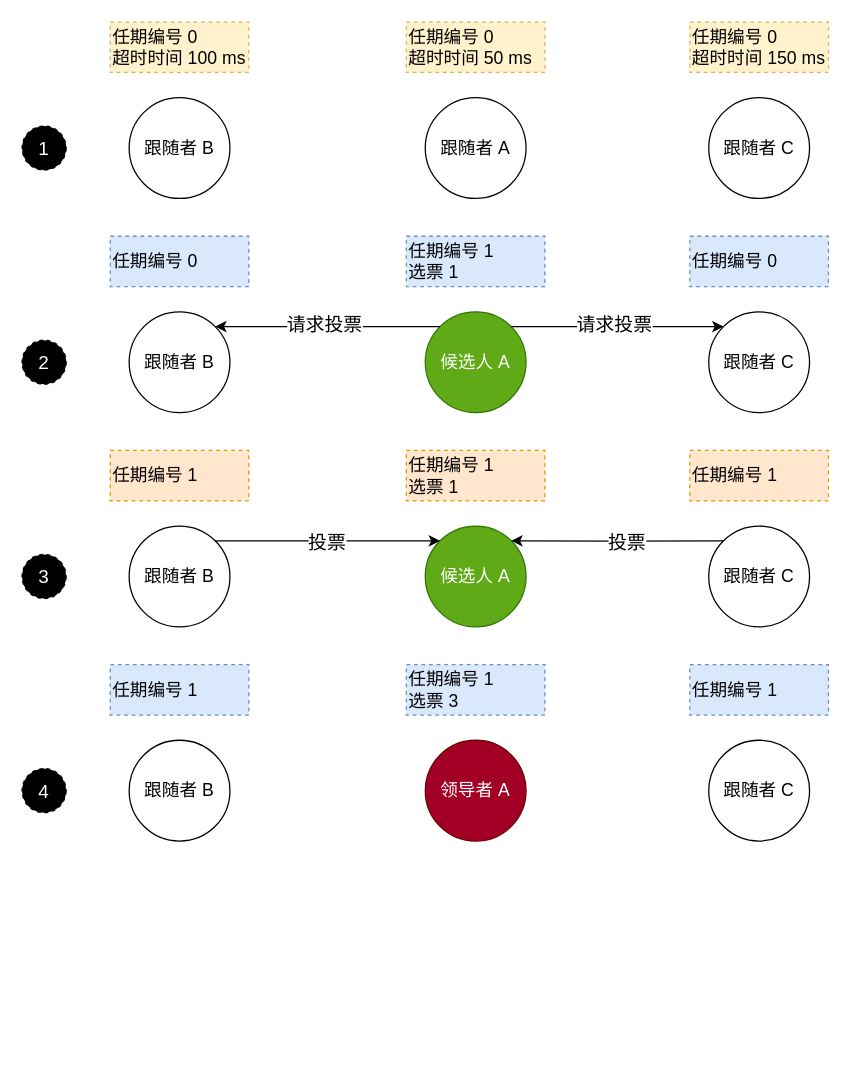
ming3000/draw_io keeps this draw.io diagram as raft_elect.drawio. Above is the earlier version. Source tidied: cells renumbered, new cells numbered last; positions are measured from the earlier drawing's top-left corner, leaving out a move shared by most shapes. Both pictures are drawn from the tidied source at 126%, with x=0, y=0 at pixel (21, 21).
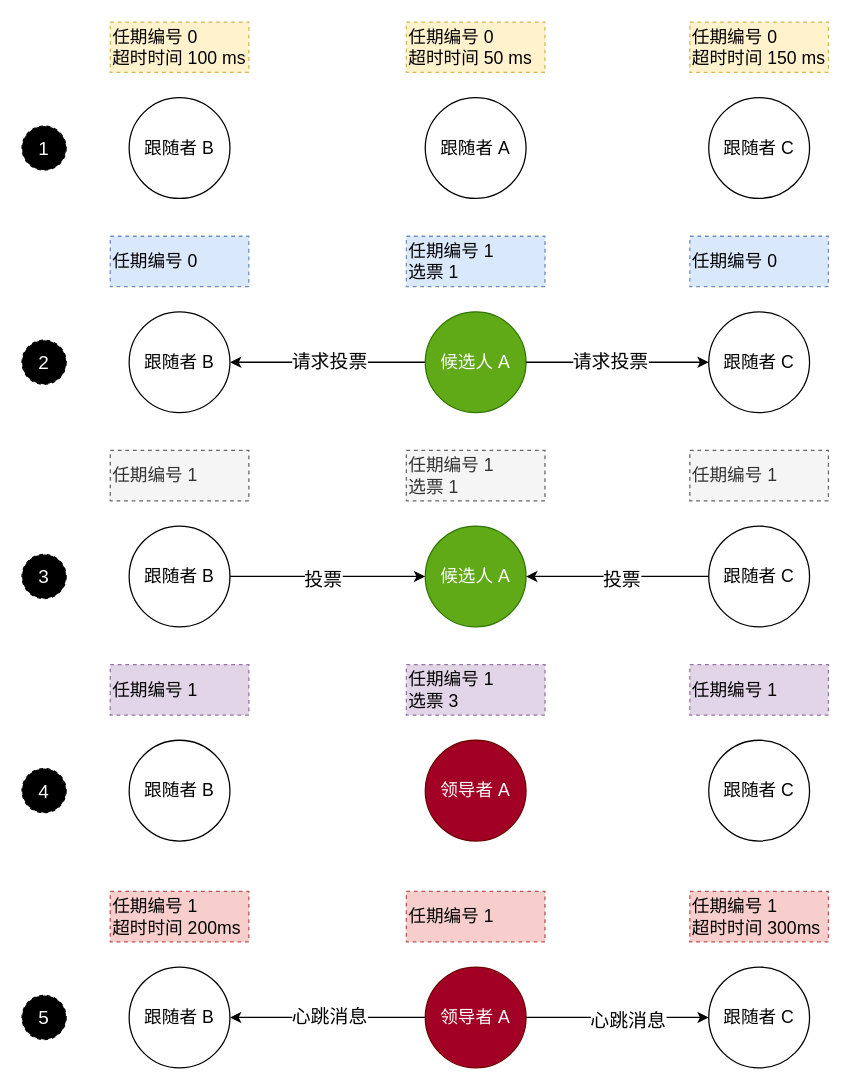
The same page after the edit.

Unchanged cells that the change refers to:
```xml
<mxCell id="9" value="候选人 A" style="ellipse;whiteSpace=wrap;html=1;fontSize=14;fillColor=#60a917;fontColor=#ffffff;strokeColor=#2D7600;" parent="1" vertex="1">
  <mxGeometry x="320" y="230" width="80" height="80" as="geometry" />
</mxCell>
<mxCell id="11" value="跟随者 B" style="ellipse;whiteSpace=wrap;html=1;fontSize=14;" parent="1" vertex="1">
  <mxGeometry x="85" y="230" width="80" height="80" as="geometry" />
</mxCell>
<mxCell id="13" value="跟随者 C" style="ellipse;whiteSpace=wrap;html=1;fontSize=14;" parent="1" vertex="1">
  <mxGeometry x="545" y="230" width="80" height="80" as="geometry" />
</mxCell>
<mxCell id="20" value="候选人 A" style="ellipse;whiteSpace=wrap;html=1;fontSize=14;fillColor=#60a917;fontColor=#ffffff;strokeColor=#2D7600;" parent="1" vertex="1">
  <mxGeometry x="320" y="400" width="80" height="80" as="geometry" />
</mxCell>
<mxCell id="22" value="跟随者 B" style="ellipse;whiteSpace=wrap;html=1;fontSize=14;" parent="1" vertex="1">
  <mxGeometry x="85" y="400" width="80" height="80" as="geometry" />
</mxCell>
<mxCell id="24" value="跟随者 C" style="ellipse;whiteSpace=wrap;html=1;fontSize=14;" parent="1" vertex="1">
  <mxGeometry x="545" y="400" width="80" height="80" as="geometry" />
</mxCell>
```

Diff of the diagram source:
```diff
@@
-    <mxCell id="16" style="endArrow=classic;html=1;rounded=0;fontSize=15;fontColor=#FFFFFF;exitX=0;exitY=0;exitDx=0;exitDy=0;entryX=1;entryY=0;entryDx=0;entryDy=0;" parent="1" edge="1" source="9" target="11">
+    <mxCell id="16" style="endArrow=classic;html=1;rounded=0;fontSize=15;fontColor=#FFFFFF;exitX=0;exitY=0.5;exitDx=0;exitDy=0;entryX=1;entryY=0.5;entryDx=0;entryDy=0;" parent="1" edge="1" source="9" target="11">
       <mxGeometry relative="1" as="geometry" />
     </mxCell>
@@
-    <mxCell id="18" style="endArrow=classic;html=1;rounded=0;fontSize=15;fontColor=#FFFFFF;exitX=1;exitY=0;exitDx=0;exitDy=0;entryX=0;entryY=0;entryDx=0;entryDy=0;" parent="1" edge="1" source="9" target="13">
+    <mxCell id="18" style="endArrow=classic;html=1;rounded=0;fontSize=15;fontColor=#FFFFFF;exitX=1;exitY=0.5;exitDx=0;exitDy=0;entryX=0;entryY=0.5;entryDx=0;entryDy=0;" parent="1" edge="1" source="9" target="13">
       <mxGeometry relative="1" as="geometry" />
     </mxCell>
@@
-    <mxCell id="21" value="任期编号 1&lt;br&gt;选票 1" style="rounded=0;whiteSpace=wrap;html=1;fontSize=14;align=left;dashed=1;fillColor=#ffe6cc;strokeColor=#d79b00;" parent="1" vertex="1">
+    <mxCell id="21" value="任期编号 1&lt;br&gt;选票 1" style="rounded=0;whiteSpace=wrap;html=1;fontSize=14;align=left;dashed=1;fillColor=#f5f5f5;strokeColor=#666666;fontColor=#333333;" parent="1" vertex="1">
       <mxGeometry x="305" y="340" width="110" height="40" as="geometry" />
     </mxCell>
@@
-    <mxCell id="23" value="任期编号 1" style="rounded=0;whiteSpace=wrap;html=1;fontSize=14;align=left;dashed=1;fillColor=#ffe6cc;strokeColor=#d79b00;" parent="1" vertex="1">
+    <mxCell id="23" value="任期编号 1" style="rounded=0;whiteSpace=wrap;html=1;fontSize=14;align=left;dashed=1;fillColor=#f5f5f5;strokeColor=#666666;fontColor=#333333;" parent="1" vertex="1">
       <mxGeometry x="70" y="340" width="110" height="40" as="geometry" />
     </mxCell>
@@
-    <mxCell id="25" value="任期编号 1" style="rounded=0;whiteSpace=wrap;html=1;fontSize=14;align=left;dashed=1;fillColor=#ffe6cc;strokeColor=#d79b00;" parent="1" vertex="1">
+    <mxCell id="25" value="任期编号 1" style="rounded=0;whiteSpace=wrap;html=1;fontSize=14;align=left;dashed=1;fillColor=#f5f5f5;strokeColor=#666666;fontColor=#333333;" parent="1" vertex="1">
       <mxGeometry x="530" y="340" width="110" height="40" as="geometry" />
     </mxCell>
@@
-    <mxCell id="28" value="任期编号 1&lt;br&gt;选票 3" style="rounded=0;whiteSpace=wrap;html=1;fontSize=14;align=left;dashed=1;fillColor=#dae8fc;strokeColor=#6c8ebf;" parent="1" vertex="1">
+    <mxCell id="28" value="任期编号 1&lt;br&gt;选票 3" style="rounded=0;whiteSpace=wrap;html=1;fontSize=14;align=left;dashed=1;fillColor=#e1d5e7;strokeColor=#9673a6;" parent="1" vertex="1">
       <mxGeometry x="305" y="510" width="110" height="40" as="geometry" />
     </mxCell>
@@
-    <mxCell id="30" value="任期编号 1" style="rounded=0;whiteSpace=wrap;html=1;fontSize=14;align=left;dashed=1;fillColor=#dae8fc;strokeColor=#6c8ebf;" parent="1" vertex="1">
+    <mxCell id="30" value="任期编号 1" style="rounded=0;whiteSpace=wrap;html=1;fontSize=14;align=left;dashed=1;fillColor=#e1d5e7;strokeColor=#9673a6;" parent="1" vertex="1">
       <mxGeometry x="70" y="510" width="110" height="40" as="geometry" />
     </mxCell>
@@
-    <mxCell id="32" value="任期编号 1" style="rounded=0;whiteSpace=wrap;html=1;fontSize=14;align=left;dashed=1;fillColor=#dae8fc;strokeColor=#6c8ebf;" parent="1" vertex="1">
+    <mxCell id="32" value="任期编号 1" style="rounded=0;whiteSpace=wrap;html=1;fontSize=14;align=left;dashed=1;fillColor=#e1d5e7;strokeColor=#9673a6;" parent="1" vertex="1">
       <mxGeometry x="530" y="510" width="110" height="40" as="geometry" />
     </mxCell>
@@
-    <mxCell id="34" style="endArrow=classic;html=1;rounded=0;fontSize=15;fontColor=#000000;exitX=1;exitY=0;exitDx=0;exitDy=0;entryX=0;entryY=0;entryDx=0;entryDy=0;" parent="1" edge="1" source="22" target="20">
+    <mxCell id="34" style="endArrow=classic;html=1;rounded=0;fontSize=15;fontColor=#000000;exitX=1;exitY=0.5;exitDx=0;exitDy=0;entryX=0;entryY=0.5;entryDx=0;entryDy=0;" parent="1" edge="1" source="22" target="20">
       <mxGeometry relative="1" as="geometry" />
     </mxCell>
@@
-    <mxCell id="36" style="endArrow=classic;html=1;rounded=0;fontSize=15;fontColor=#000000;exitX=0;exitY=0;exitDx=0;exitDy=0;entryX=1;entryY=0;entryDx=0;entryDy=0;" parent="1" edge="1" source="24" target="20">
-      <mxGeometry relative="1" as="geometry">
-        <Array as="points">
-          <mxPoint x="470" y="412" />
-        </Array>
-      </mxGeometry>
+    <mxCell id="36" style="endArrow=classic;html=1;rounded=0;fontSize=15;fontColor=#000000;exitX=0;exitY=0.5;exitDx=0;exitDy=0;entryX=1;entryY=0.5;entryDx=0;entryDy=0;" parent="1" edge="1" source="24" target="20">
+      <mxGeometry relative="1" as="geometry" />
     </mxCell>
@@
+    <mxCell id="38" value="领导者 A" style="ellipse;whiteSpace=wrap;html=1;fontSize=14;fillColor=#a20025;fontColor=#ffffff;strokeColor=#6F0000;" parent="1" vertex="1">
+      <mxGeometry x="320" y="750" width="80" height="80" as="geometry" />
+    </mxCell>
+    <mxCell id="39" value="任期编号 1" style="rounded=0;whiteSpace=wrap;html=1;fontSize=14;align=left;dashed=1;fillColor=#f8cecc;strokeColor=#b85450;" parent="1" vertex="1">
+      <mxGeometry x="305" y="690" width="110" height="40" as="geometry" />
+    </mxCell>
+    <mxCell id="40" value="跟随者 B" style="ellipse;whiteSpace=wrap;html=1;fontSize=14;" parent="1" vertex="1">
+      <mxGeometry x="85" y="750" width="80" height="80" as="geometry" />
+    </mxCell>
+    <mxCell id="41" value="任期编号 1&lt;br&gt;超时时间 200ms" style="rounded=0;whiteSpace=wrap;html=1;fontSize=14;align=left;dashed=1;fillColor=#f8cecc;strokeColor=#b85450;" parent="1" vertex="1">
+      <mxGeometry x="70" y="690" width="110" height="40" as="geometry" />
+    </mxCell>
+    <mxCell id="42" value="跟随者 C" style="ellipse;whiteSpace=wrap;html=1;fontSize=14;" parent="1" vertex="1">
+      <mxGeometry x="545" y="750" width="80" height="80" as="geometry" />
+    </mxCell>
+    <mxCell id="43" value="任期编号 1&lt;br&gt;超时时间 300ms" style="rounded=0;whiteSpace=wrap;html=1;fontSize=14;align=left;dashed=1;fillColor=#f8cecc;strokeColor=#b85450;" parent="1" vertex="1">
+      <mxGeometry x="530" y="690" width="110" height="40" as="geometry" />
+    </mxCell>
+    <mxCell id="44" value="5" style="ellipse;whiteSpace=wrap;html=1;dashed=1;fontSize=15;fillColor=#000000;fontColor=#FFFFFF;" parent="1" vertex="1">
+      <mxGeometry y="772.5" width="35" height="35" as="geometry" />
+    </mxCell>
+    <mxCell id="45" style="endArrow=classic;html=1;rounded=0;fontSize=15;fontColor=#FFFFFF;entryX=1;entryY=0.5;entryDx=0;entryDy=0;exitX=0;exitY=0.5;exitDx=0;exitDy=0;" parent="1" edge="1" source="38" target="40">
+      <mxGeometry relative="1" as="geometry" />
+    </mxCell>
+    <mxCell id="46" value="心跳消息" style="edgeLabel;html=1;align=center;verticalAlign=middle;fontSize=15;fontColor=#000000;" parent="45" vertex="1">
+      <mxGeometry x="0.3" y="2" relative="1" as="geometry">
+        <mxPoint x="24" y="-4" as="offset" />
+      </mxGeometry>
+    </mxCell>
+    <mxCell id="47" style="endArrow=classic;html=1;rounded=0;fontSize=15;fontColor=#000000;exitX=1;exitY=0.5;exitDx=0;exitDy=0;entryX=0;entryY=0.5;entryDx=0;entryDy=0;" parent="1" edge="1" source="38" target="42">
+      <mxGeometry relative="1" as="geometry" />
+    </mxCell>
+    <mxCell id="48" value="心跳消息" style="edgeLabel;html=1;align=center;verticalAlign=middle;fontSize=15;fontColor=#000000;" parent="47" vertex="1">
+      <mxGeometry x="0.11" y="-1" relative="1" as="geometry" />
+    </mxCell>
```
